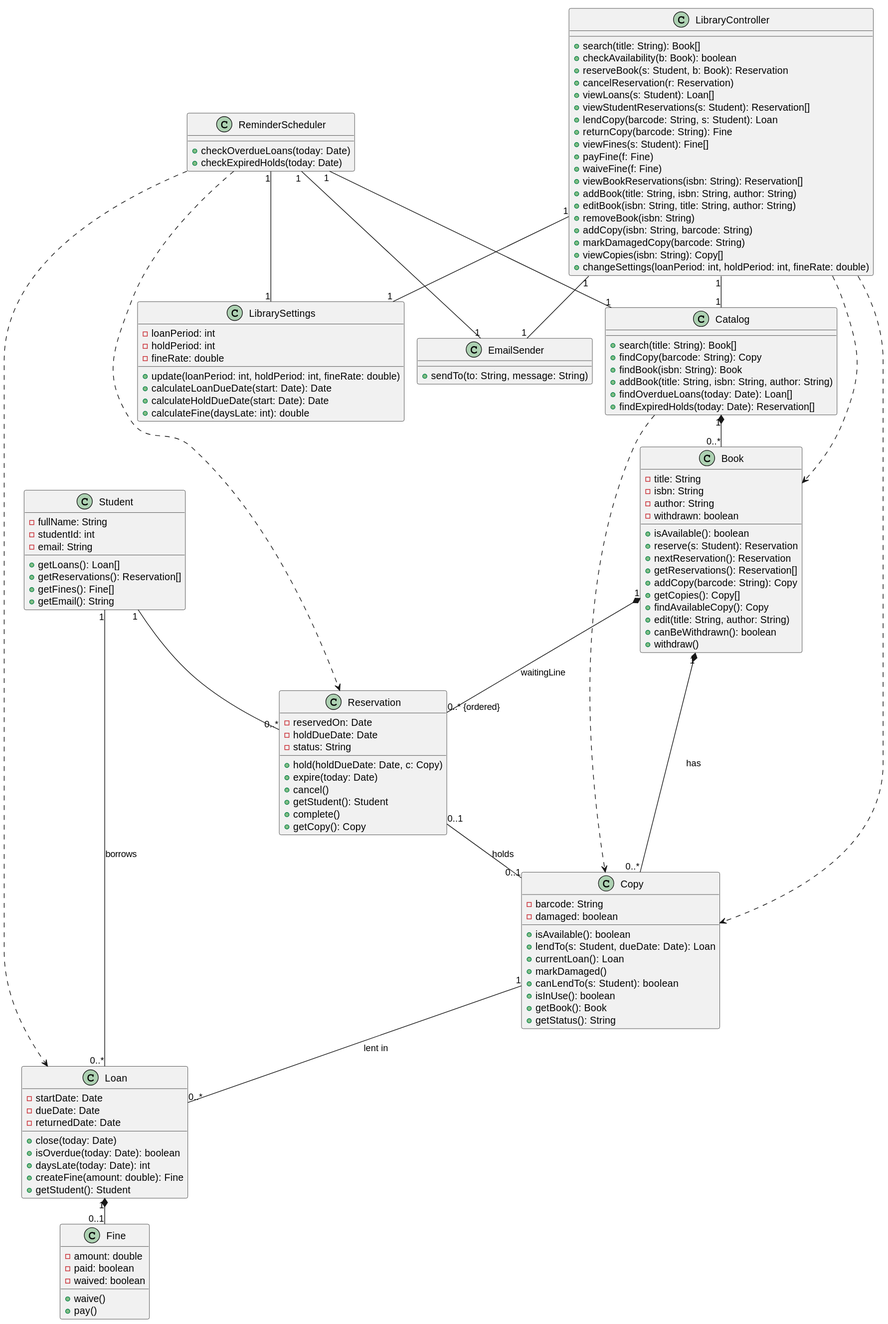
This is docs/uml/plantuml-diagram.svg from erionelezaj/LibrarySystem-SW-Design-Principles, a PlantUML export, as it was before one commit.
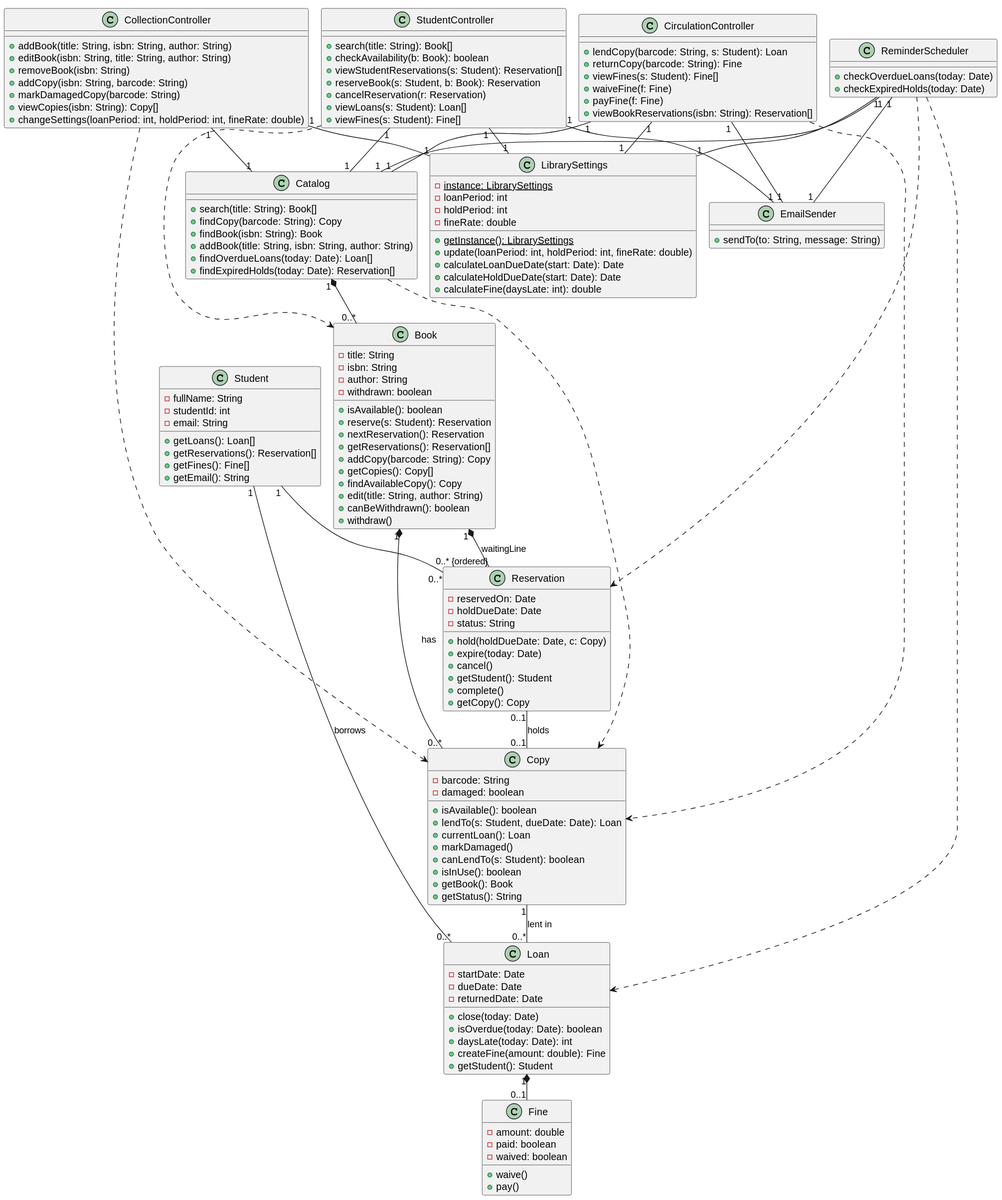
After the change.

Change to the diagram source:
```diff
@@ -1,19 +1,7 @@
 @startuml
 !pragma layout smetana
 
-class LibraryController {
-    + search(title: String): Book[]
-    + checkAvailability(b: Book): boolean
-    + reserveBook(s: Student, b: Book): Reservation
-    + cancelReservation(r: Reservation)
-    + viewLoans(s: Student): Loan[]
-    + viewStudentReservations(s: Student): Reservation[]
-    + lendCopy(barcode: String, s: Student): Loan
-    + returnCopy(barcode: String): Fine
-    + viewFines(s: Student): Fine[]
-    + payFine(f: Fine)
-    + waiveFine(f: Fine)
-    + viewBookReservations(isbn: String): Reservation[]
+class CollectionController {
     + addBook(title: String, isbn: String, author: String)
     + editBook(isbn: String, title: String, author: String)
     + removeBook(isbn: String)
@@ -21,6 +9,26 @@
     + markDamagedCopy(barcode: String)
     + viewCopies(isbn: String): Copy[]
     + changeSettings(loanPeriod: int, holdPeriod: int, fineRate: double)
+}
+
+class StudentController {
+    + search(title: String): Book[]
+    + checkAvailability(b: Book): boolean
+    + viewStudentReservations(s: Student): Reservation[]
+    + reserveBook(s: Student, b: Book): Reservation
+    + cancelReservation(r: Reservation)
+    + viewLoans(s: Student): Loan[]
+    + viewFines(s: Student): Fine[]
+
+}
+
+class CirculationController {
+    + lendCopy(barcode: String, s: Student): Loan
+    + returnCopy(barcode: String): Fine
+    + viewFines(s: Student): Fine[]
+    + waiveFine(f: Fine)
+    + payFine(f: Fine)
+    + viewBookReservations(isbn: String): Reservation[]
 }
 
 class ReminderScheduler {
@@ -42,9 +50,11 @@
 }
 
 class LibrarySettings {
+    - {static}instance: LibrarySettings
     - loanPeriod: int
     - holdPeriod: int
     - fineRate: double
+    + {static} getInstance(): LibrarySettings
     + update(loanPeriod: int, holdPeriod: int, fineRate: double)
     + calculateLoanDueDate(start: Date): Date
     + calculateHoldDueDate(start: Date): Date
@@ -123,11 +133,23 @@
 }
 
 
-LibraryController "1" -- "1" EmailSender
-LibraryController "1" -- "1" Catalog
-LibraryController "1" -- "1" LibrarySettings
-LibraryController ..> Book
-LibraryController ..> Copy
+StudentController "1" -- "1" EmailSender
+CirculationController "1" -- "1" EmailSender
+
+StudentController "1" -- "1" Catalog
+CirculationController "1" -- "1" Catalog
+CollectionController "1" -- "1" Catalog
+
+StudentController "1" -- "1" LibrarySettings
+CirculationController "1" -- "1" LibrarySettings
+CollectionController "1" -- "1" LibrarySettings
+
+
+StudentController ..> Book
+
+
+CollectionController ..> Copy
+CirculationController ..> Copy
 
 ReminderScheduler "1" -- "1" EmailSender
 ReminderScheduler "1" -- "1" Catalog
```
